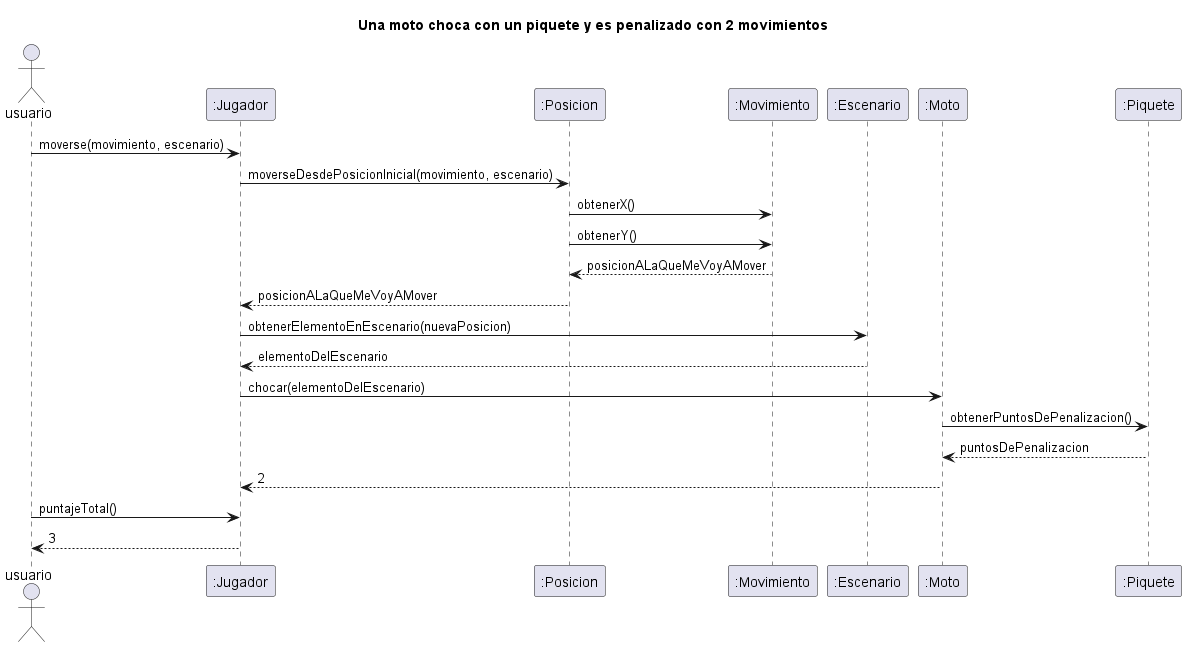
Above: diagrams/sequences/moto_choca_piquete.png in NestorPala/T17-GPSChallenge (PlantUML), before the change. Its source is kept beside it as diagrams/sequences/moto_choca_piquete.puml.
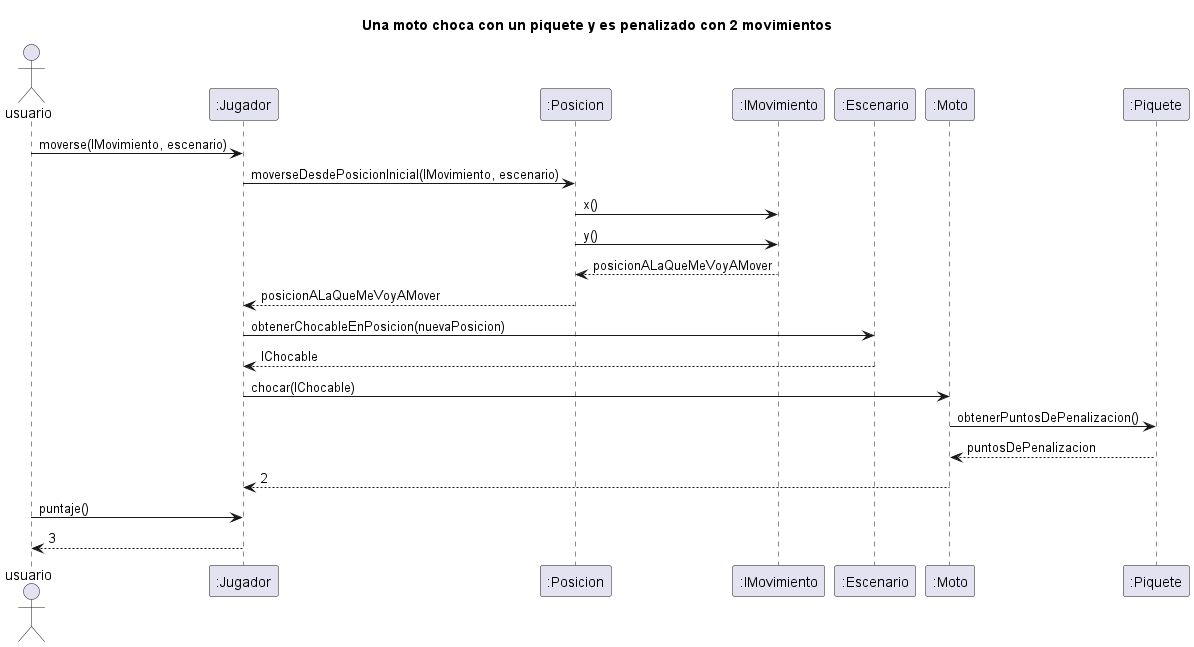
After the change.

The edit, as a diff of the source:
```diff
@@ -3,19 +3,19 @@
 
 Actor usuario
 
-"usuario" -> ":Jugador": moverse(movimiento, escenario)
-":Jugador" -> ":Posicion": moverseDesdePosicionInicial(movimiento, escenario)
-":Posicion" -> ":Movimiento": obtenerX()
-":Posicion" -> ":Movimiento": obtenerY()
+"usuario" -> ":Jugador": moverse(IMovimiento, escenario)
+":Jugador" -> ":Posicion": moverseDesdePosicionInicial(IMovimiento, escenario)
+":Posicion" -> ":IMovimiento": x()
+":Posicion" -> ":IMovimiento": y()
 return posicionALaQueMeVoyAMover
 ":Posicion" --> ":Jugador": posicionALaQueMeVoyAMover
-":Jugador" -> ":Escenario": obtenerElementoEnEscenario(nuevaPosicion)
-":Escenario" --> ":Jugador": elementoDelEscenario
-":Jugador" -> ":Moto": chocar(elementoDelEscenario)
+":Jugador" -> ":Escenario": obtenerChocableEnPosicion(nuevaPosicion)
+":Escenario" --> ":Jugador": IChocable
+":Jugador" -> ":Moto": chocar(IChocable)
 ":Moto" -> ":Piquete": obtenerPuntosDePenalizacion()
 return puntosDePenalizacion
 ":Moto" --> ":Jugador": 2
-"usuario" -> ":Jugador": puntajeTotal()
+"usuario" -> ":Jugador": puntaje()
 return 3
 
 @enduml
```
